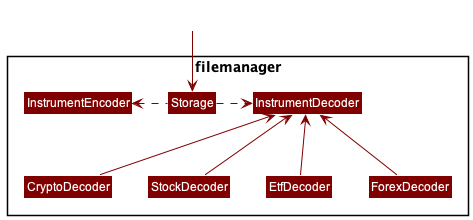
Above: docs/images/FileManagerDiagram.png in williamlamjy/mTracker (PlantUML), before the change.
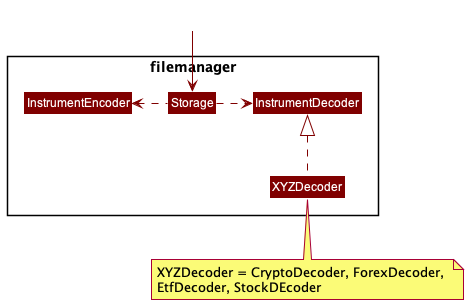
After the commit.

Diff of the diagram source:
```diff
@@ -5,19 +5,15 @@
      Class Storage COLOR_STORAGE
      Class InstrumentDecoder COLOR_STORAGE
      Class InstrumentEncoder COLOR_STORAGE
-     Class CryptoDecoder COLOR_STORAGE
-     Class StockDecoder COLOR_STORAGE
-     Class EtfDecoder COLOR_STORAGE
-     Class ForexDecoder COLOR_STORAGE
+     Class XYZDecoder COLOR_STORAGE
 }
 
 Class outside COLOR_WHITE
 outside -down[COLOR_STORAGE]-> Storage
-CryptoDecoder -up[COLOR_STORAGE]->InstrumentDecoder
-StockDecoder -up[COLOR_STORAGE]->InstrumentDecoder
-EtfDecoder -up[COLOR_STORAGE]->InstrumentDecoder
-ForexDecoder -up[COLOR_STORAGE]->InstrumentDecoder
+XYZDecoder -up[COLOR_STORAGE].|>InstrumentDecoder
 Storage -left[COLOR_STORAGE].> InstrumentEncoder
 Storage -right[COLOR_STORAGE].> InstrumentDecoder
 
+note bottom of XYZDecoder: XYZDecoder = CryptoDecoder, ForexDecoder, \nEtfDecoder, StockDEcoder
+
 @enduml
```
